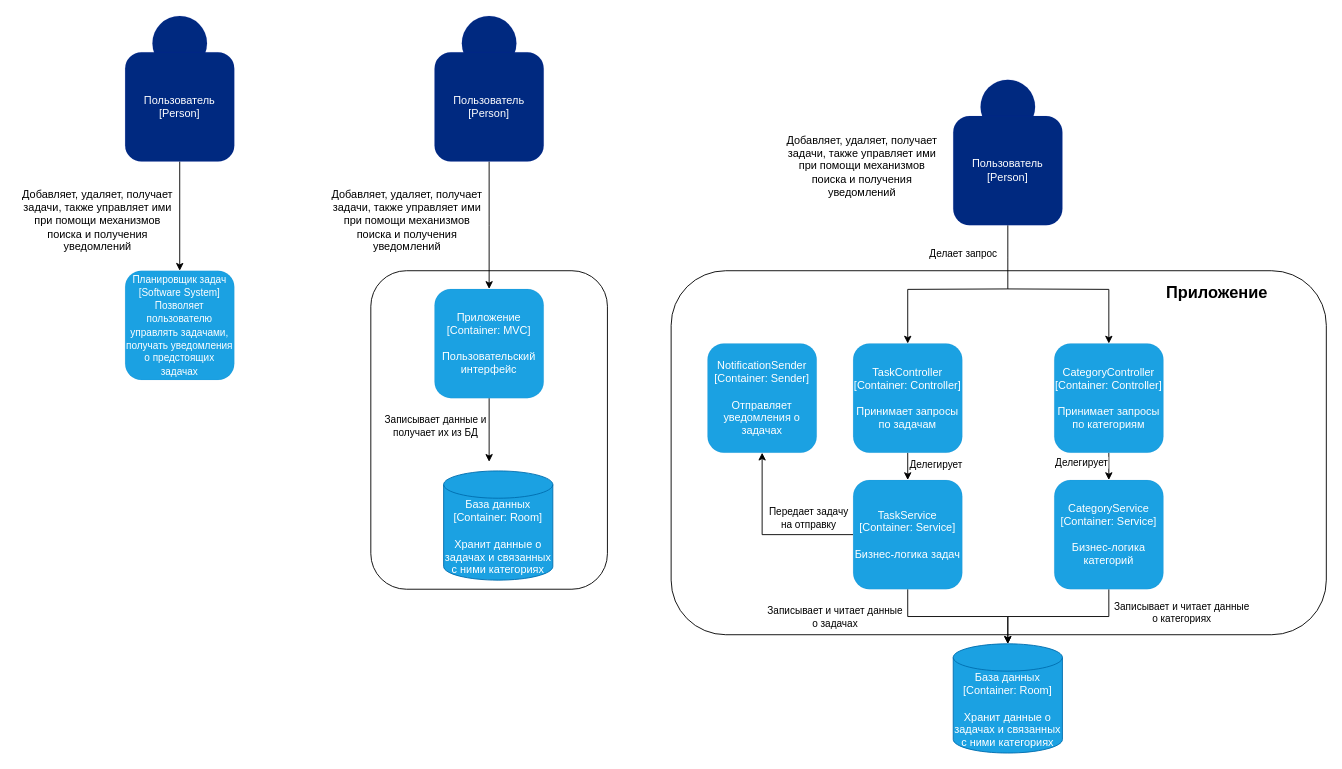
BaronVice/schemas keeps this draw.io diagram as Architecture.drawio. Above is the earlier version. Source tidied: cells renumbered, new cells numbered last; positions are measured from the earlier drawing's top-left corner, leaving out a move shared by most shapes. Both pictures are drawn from the tidied source at 91%, with x=0, y=0 at pixel (15, 15).
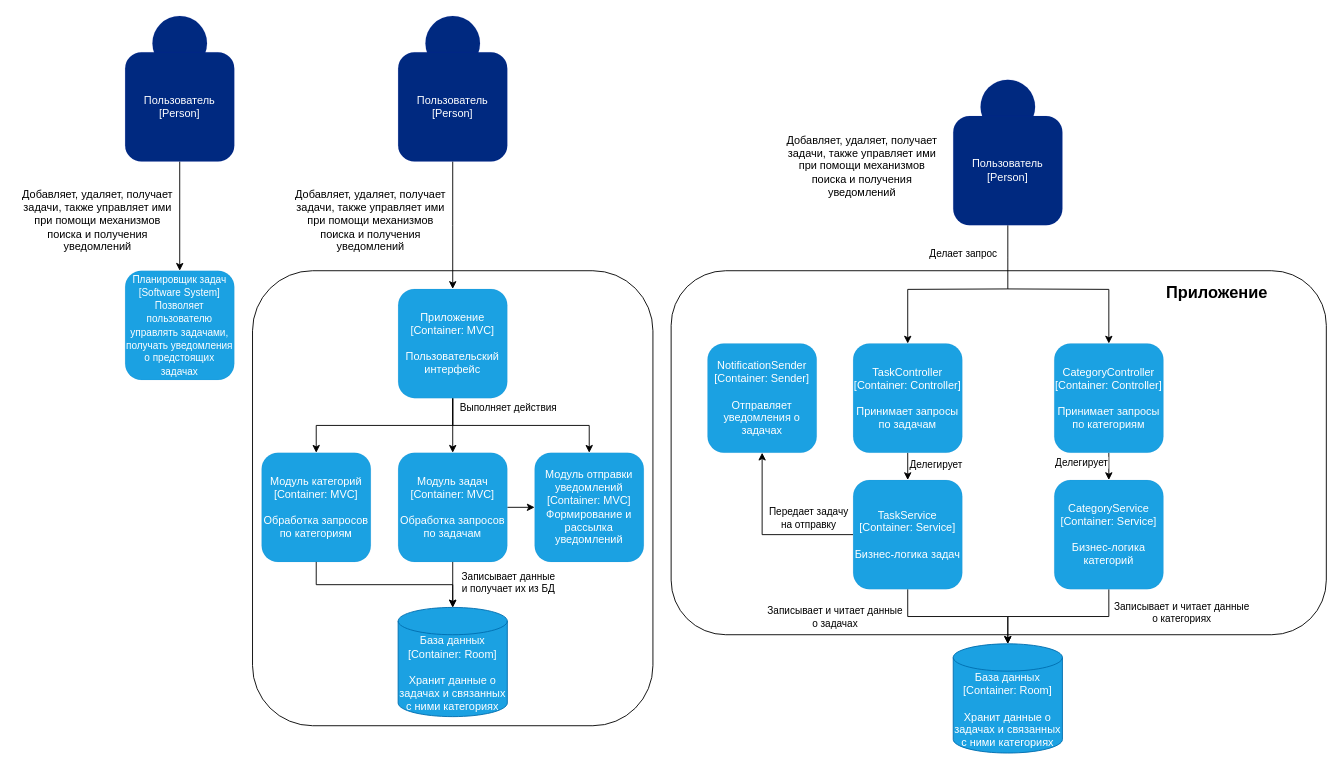
Above is the later version.

What changed in the source:
```diff
@@
     <mxCell id="7" style="ellipse;whiteSpace=wrap;html=1;fillColor=light-dark(#002980,#6DB2FF);fontColor=#ffffff;strokeColor=#001DBC;strokeWidth=0;" parent="1" vertex="1">
-      <mxGeometry x="490" width="60" height="60" as="geometry" />
+      <mxGeometry x="450" width="60" height="60" as="geometry" />
     </mxCell>
     <mxCell id="8" value="Добавляет, удаляет, получает задачи, также управляет ими при помощи механизмов поиска и получения уведомлений" style="text;html=1;align=center;verticalAlign=middle;whiteSpace=wrap;rounded=0;" parent="1" vertex="1">
-      <mxGeometry x="340" y="210" width="180" height="30" as="geometry" />
+      <mxGeometry x="300" y="210" width="180" height="30" as="geometry" />
     </mxCell>
     <mxCell id="9" style="rounded=1;whiteSpace=wrap;html=1;" parent="1" vertex="1">
-      <mxGeometry x="390" y="280" width="260" height="350" as="geometry" />
+      <mxGeometry x="260" y="280" width="440" height="500" as="geometry" />
     </mxCell>
     <mxCell id="10" style="edgeStyle=orthogonalEdgeStyle;rounded=0;jettySize=auto;html=1;exitX=0.5;exitY=1;exitDx=0;exitDy=0;entryX=0.5;entryY=0;entryDx=0;entryDy=0;" parent="1" edge="1" source="11">
       <mxGeometry relative="1" as="geometry">
-        <mxPoint x="520" y="300" as="targetPoint" />
+        <mxPoint x="480" y="300" as="targetPoint" />
       </mxGeometry>
     </mxCell>
     <mxCell id="11" value="&lt;div&gt;Пользователь&lt;/div&gt;&lt;div&gt;[Person]&lt;/div&gt;" style="rounded=1;whiteSpace=wrap;html=1;fillColor=light-dark(#002980,#6DB2FF);fontColor=#ffffff;strokeColor=#001DBC;strokeWidth=0;" parent="1" vertex="1">
-      <mxGeometry x="460" y="40" width="120" height="120" as="geometry" />
+      <mxGeometry x="420" y="40" width="120" height="120" as="geometry" />
     </mxCell>
-    <mxCell id="12" style="edgeStyle=orthogonalEdgeStyle;rounded=0;jettySize=auto;html=1;exitX=0.5;exitY=1;exitDx=0;exitDy=0;entryX=0.5;entryY=0;entryDx=0;entryDy=0;" parent="1" edge="1" source="14">
-      <mxGeometry relative="1" as="geometry">
-        <mxPoint x="520" y="490" as="targetPoint" />
-      </mxGeometry>
-    </mxCell>
-    <mxCell id="13" value="&lt;div&gt;Записывает данные и&lt;/div&gt;&lt;div&gt;получает их из БД&lt;/div&gt;" style="edgeLabel;html=1;align=center;verticalAlign=middle;" parent="12" vertex="1">
-      <mxGeometry x="-0.09" y="5" relative="1" as="geometry">
-        <mxPoint x="-65" y="-2" as="offset" />
-      </mxGeometry>
-    </mxCell>
+    <mxCell id="41" style="edgeStyle=orthogonalEdgeStyle;rounded=0;jettySize=auto;html=1;exitX=0.5;exitY=1;exitDx=0;exitDy=0;entryX=0.5;entryY=0;entryDx=0;entryDy=0;" parent="1" edge="1" source="14" target="46">
+      <mxGeometry relative="1" as="geometry" />
+    </mxCell>
+    <mxCell id="42" value="Выполняет действия" style="edgeLabel;html=1;align=center;verticalAlign=middle;" parent="41" vertex="1">
+      <mxGeometry x="-0.1" y="1" relative="1" as="geometry">
+        <mxPoint x="59" y="-17" as="offset" />
+      </mxGeometry>
+    </mxCell>
+    <mxCell id="43" style="edgeStyle=orthogonalEdgeStyle;rounded=0;jettySize=auto;html=1;exitX=0.5;exitY=1;exitDx=0;exitDy=0;entryX=0.5;entryY=0;entryDx=0;entryDy=0;" parent="1" edge="1" source="14" target="48">
+      <mxGeometry relative="1" as="geometry" />
+    </mxCell>
+    <mxCell id="44" style="edgeStyle=orthogonalEdgeStyle;rounded=0;jettySize=auto;html=1;exitX=0.5;exitY=1;exitDx=0;exitDy=0;entryX=0.5;entryY=0;entryDx=0;entryDy=0;" parent="1" edge="1" source="14" target="49">
+      <mxGeometry relative="1" as="geometry" />
+    </mxCell>
     <mxCell id="14" value="&lt;div&gt;Приложение&lt;/div&gt;&lt;div&gt;[Container: MVC]&lt;/div&gt;&lt;div&gt;&lt;br&gt;&lt;/div&gt;&lt;div&gt;Пользовательский интерфейс&lt;/div&gt;" style="rounded=1;whiteSpace=wrap;html=1;fillColor=#1ba1e2;fontColor=#ffffff;strokeColor=#006EAF;strokeWidth=0;" parent="1" vertex="1">
-      <mxGeometry x="460" y="300" width="120" height="120" as="geometry" />
+      <mxGeometry x="420" y="300" width="120" height="120" as="geometry" />
     </mxCell>
@@
     <mxCell id="40" value="&lt;div&gt;База данных&lt;/div&gt;&lt;div&gt;[Container: Room]&lt;/div&gt;&lt;div&gt;&lt;br&gt;&lt;/div&gt;&lt;div&gt;Хранит данные о задачах и связанных с ними категориях&lt;/div&gt;" style="shape=cylinder3;whiteSpace=wrap;html=1;boundedLbl=1;backgroundOutline=1;size=15;fillColor=#1ba1e2;strokeColor=#006EAF;fontColor=#ffffff;" parent="1" vertex="1">
-      <mxGeometry x="470" y="500" width="120" height="120" as="geometry" />
+      <mxGeometry x="420" y="650" width="120" height="120" as="geometry" />
     </mxCell>
+    <mxCell id="45" style="edgeStyle=orthogonalEdgeStyle;rounded=0;jettySize=auto;html=1;exitX=1;exitY=0.5;exitDx=0;exitDy=0;entryX=0;entryY=0.5;entryDx=0;entryDy=0;" parent="1" edge="1" source="46" target="49">
+      <mxGeometry relative="1" as="geometry" />
+    </mxCell>
+    <mxCell id="46" value="&lt;div&gt;Модуль задач&lt;/div&gt;&lt;div&gt;[Container: MVC]&lt;/div&gt;&lt;div&gt;&lt;br&gt;&lt;/div&gt;&lt;div&gt;Обработка запросов по задачам&lt;/div&gt;" style="rounded=1;whiteSpace=wrap;html=1;fillColor=#1ba1e2;fontColor=#ffffff;strokeColor=#006EAF;strokeWidth=0;" parent="1" vertex="1">
+      <mxGeometry x="420" y="480" width="120" height="120" as="geometry" />
+    </mxCell>
+    <mxCell id="47" style="edgeStyle=orthogonalEdgeStyle;rounded=0;jettySize=auto;html=1;exitX=0.5;exitY=1;exitDx=0;exitDy=0;entryX=0.5;entryY=0;entryDx=0;entryDy=0;entryPerimeter=0;" parent="1" edge="1" source="46" target="40">
+      <mxGeometry relative="1" as="geometry" />
+    </mxCell>
+    <mxCell id="13" value="&lt;div&gt;Записывает данные&lt;/div&gt;&lt;div&gt;и получает их из БД&lt;/div&gt;" style="edgeLabel;html=1;align=center;verticalAlign=middle;" parent="47" vertex="1">
+      <mxGeometry x="-0.12" y="4" relative="1" as="geometry">
+        <mxPoint x="56" as="offset" />
+      </mxGeometry>
+    </mxCell>
+    <mxCell id="48" value="&lt;div&gt;&lt;div&gt;Модуль категорий&lt;/div&gt;&lt;div&gt;[Container: MVC]&lt;/div&gt;&lt;div&gt;&lt;br&gt;&lt;/div&gt;&lt;div&gt;Обработка запросов по категориям&lt;/div&gt;&lt;/div&gt;" style="rounded=1;whiteSpace=wrap;html=1;fillColor=#1ba1e2;fontColor=#ffffff;strokeColor=#006EAF;strokeWidth=0;" parent="1" vertex="1">
+      <mxGeometry x="270" y="480" width="120" height="120" as="geometry" />
+    </mxCell>
+    <mxCell id="49" value="&lt;div&gt;Модуль отправки уведомлений&lt;/div&gt;&lt;div&gt;[Container: MVC]&lt;/div&gt;&lt;div&gt;Формирование и рассылка уведомлений&lt;/div&gt;" style="rounded=1;whiteSpace=wrap;html=1;fillColor=#1ba1e2;fontColor=#ffffff;strokeColor=#006EAF;strokeWidth=0;" parent="1" vertex="1">
+      <mxGeometry x="570" y="480" width="120" height="120" as="geometry" />
+    </mxCell>
+    <mxCell id="50" style="edgeStyle=orthogonalEdgeStyle;rounded=0;jettySize=auto;html=1;exitX=0.5;exitY=1;exitDx=0;exitDy=0;entryX=0.5;entryY=0;entryDx=0;entryDy=0;entryPerimeter=0;" parent="1" edge="1" source="48" target="40">
+      <mxGeometry relative="1" as="geometry" />
+    </mxCell>
```
